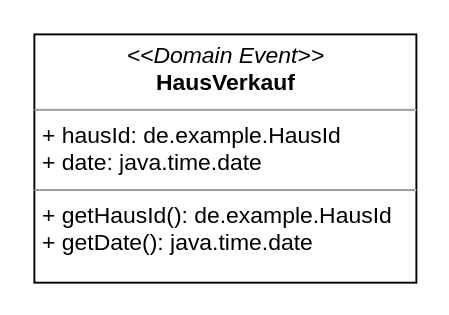
This is page "Domain_Event" (4 of 8) of gfx/characteristics/raw/Characteristics.drawio from DanielKraft/bachelor-thesis, a draw.io file, before an edit. Source tidied: cells renumbered, new cells numbered last; positions are measured from the earlier drawing's top-left corner, leaving out a move shared by most shapes. Both pictures are drawn from the tidied source at 191%, with x=0, y=0 at pixel (32, 32).
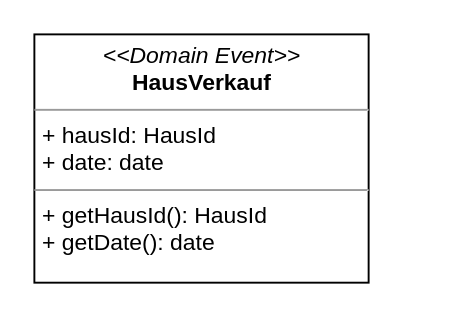
After the change.

Change to the diagram source:
```diff
@@
 <mxGraphModel>
   <root>
     <mxCell id="0" />
     <mxCell id="1" parent="0" />
-    <mxCell id="2" value="&lt;p style=&quot;margin: 0px ; margin-top: 4px ; text-align: center&quot;&gt;&lt;i&gt;&amp;lt;&amp;lt;Domain Event&amp;gt;&amp;gt;&lt;/i&gt;&lt;br&gt;&lt;b&gt;HausVerkauf&lt;/b&gt;&lt;/p&gt;&lt;hr size=&quot;1&quot;&gt;&lt;p style=&quot;margin: 0px ; margin-left: 4px&quot;&gt;+ hausId: de.example.HausId&lt;br&gt;&lt;/p&gt;&lt;p style=&quot;margin: 0px ; margin-left: 4px&quot;&gt;+ date: java.time.date&lt;/p&gt;&lt;hr size=&quot;1&quot;&gt;&lt;p style=&quot;margin: 0px ; margin-left: 4px&quot;&gt;+ getHausId(): de.example.HausId&lt;br&gt;+ getDate(): java.time.date&lt;/p&gt;" style="verticalAlign=top;align=left;overflow=fill;fontSize=12;fontFamily=Helvetica;html=1;" parent="1" vertex="1">
-      <mxGeometry x="0.5" y="0.5" width="200" height="130" as="geometry" />
+    <mxCell id="2" value="&lt;p style=&quot;margin: 0px ; margin-top: 4px ; text-align: center&quot;&gt;&lt;i&gt;&amp;lt;&amp;lt;Domain Event&amp;gt;&amp;gt;&lt;/i&gt;&lt;br&gt;&lt;b&gt;HausVerkauf&lt;/b&gt;&lt;/p&gt;&lt;hr size=&quot;1&quot;&gt;&lt;p style=&quot;margin: 0px ; margin-left: 4px&quot;&gt;+ hausId: HausId&lt;br&gt;&lt;/p&gt;&lt;p style=&quot;margin: 0px ; margin-left: 4px&quot;&gt;+ date: date&lt;/p&gt;&lt;hr size=&quot;1&quot;&gt;&lt;p style=&quot;margin: 0px ; margin-left: 4px&quot;&gt;+ getHausId(): HausId&lt;br&gt;+ getDate(): date&lt;/p&gt;" style="verticalAlign=top;align=left;overflow=fill;fontSize=12;fontFamily=Helvetica;html=1;" parent="1" vertex="1">
+      <mxGeometry x="0.5" y="0.5" width="175" height="130" as="geometry" />
     </mxCell>
   </root>
 </mxGraphModel>
```
